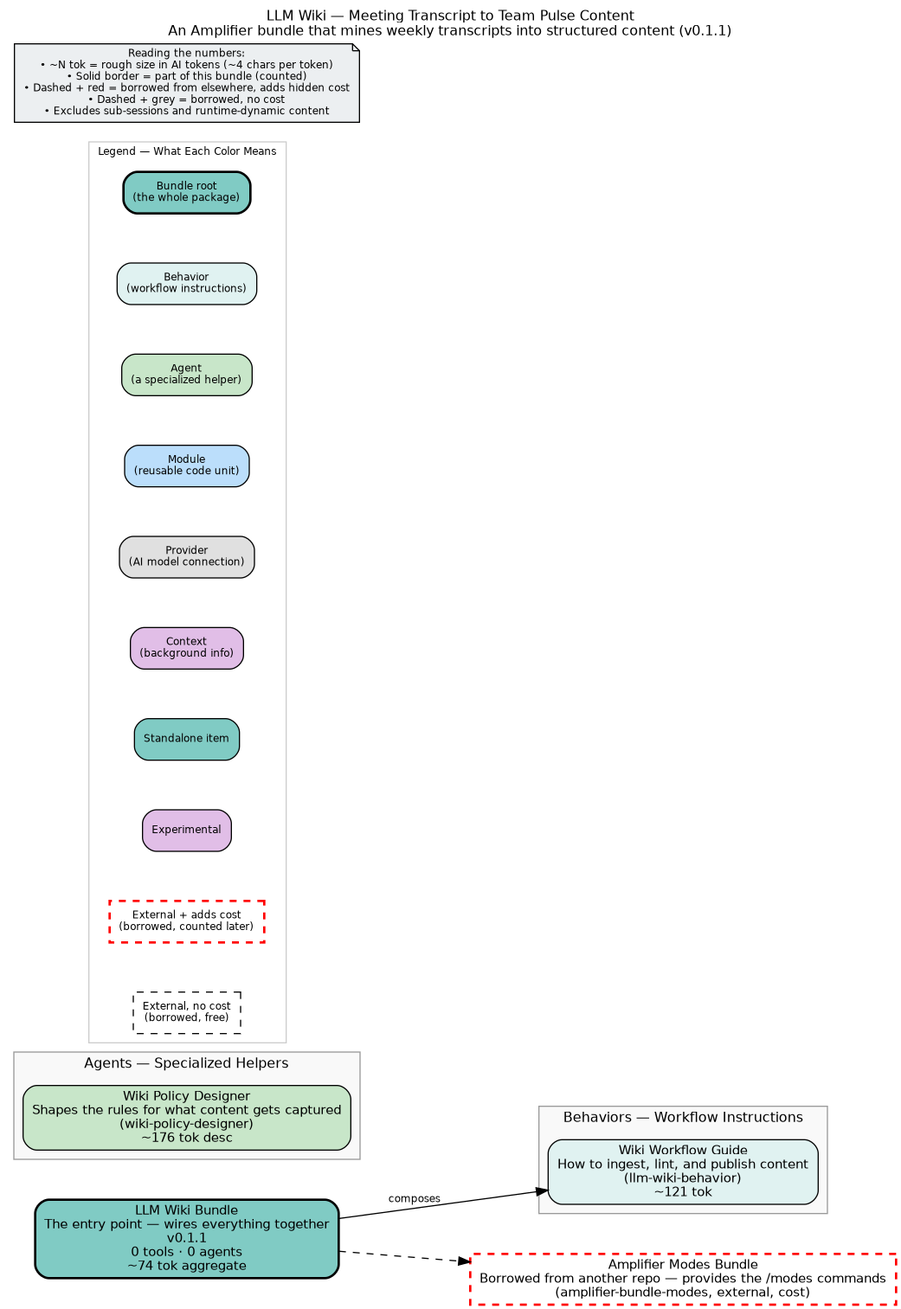
Before: bundle.png, a diagram exported from Graphviz (microsoft/amplifier-bundle-llm-wiki). Its source is kept beside it as bundle.dot.
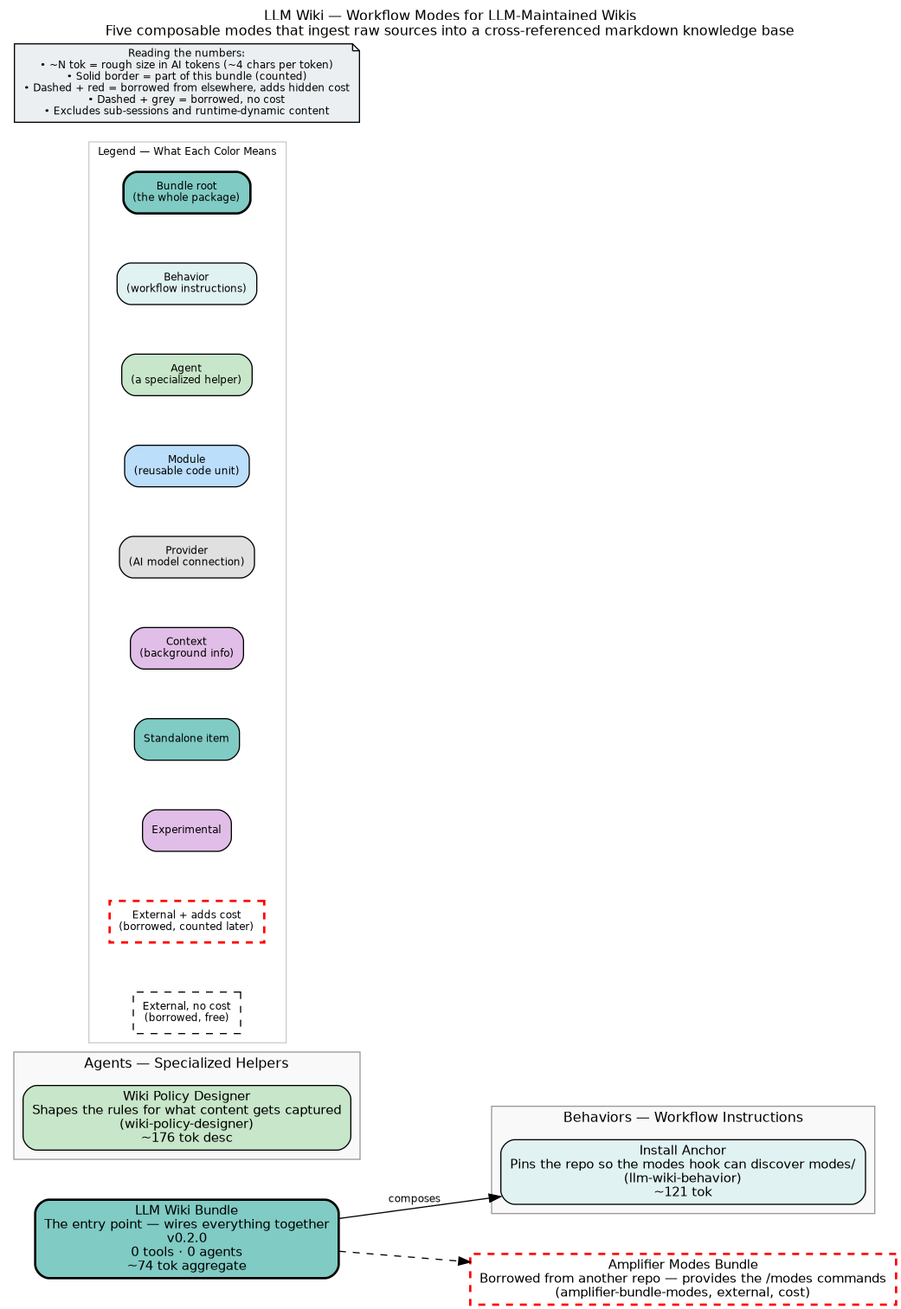
After the change.

What changed in the source:
```diff
@@ -2,7 +2,7 @@
     rankdir=LR
     fontname="Helvetica"
     fontsize=12
-    label="LLM Wiki — Meeting Transcript to Team Pulse Content\nAn Amplifier bundle that mines weekly transcripts into structured content (v0.1.1)"
+    label="LLM Wiki — Workflow Modes for LLM-Maintained Wikis\nFive composable modes that ingest raw sources into a cross-referenced markdown knowledge base"
     labelloc=t
     labeljust=c
     nodesep=0.6
@@ -13,7 +13,7 @@
     node [fontname="Helvetica", fontsize=11, style="filled,rounded"]
     edge [fontname="Helvetica", fontsize=9]
 
-    root_llm_wiki [label="LLM Wiki Bundle\nThe entry point — wires everything together\nv0.1.1\n0 tools · 0 agents\n~74 tok aggregate", shape=box, fillcolor="#80cbc4", style="filled,rounded,bold", penwidth=2]
+    root_llm_wiki [label="LLM Wiki Bundle\nThe entry point — wires everything together\nv0.2.0\n0 tools · 0 agents\n~74 tok aggregate", shape=box, fillcolor="#80cbc4", style="filled,rounded,bold", penwidth=2]
 
     subgraph cluster_behaviors {
         label="Behaviors — Workflow Instructions"
@@ -21,7 +21,7 @@
         fillcolor="#f9f9f9"
         color="#999999"
 
-        beh_llm_wiki_behavior [label="Wiki Workflow Guide\nHow to ingest, lint, and publish content\n(llm-wiki-behavior)\n~121 tok", shape=box, fillcolor="#e0f2f1", style="filled,rounded"]
+        beh_llm_wiki_behavior [label="Install Anchor\nPins the repo so the modes hook can discover modes/\n(llm-wiki-behavior)\n~121 tok", shape=box, fillcolor="#e0f2f1", style="filled,rounded"]
     }
 
     subgraph cluster_agents {
```
